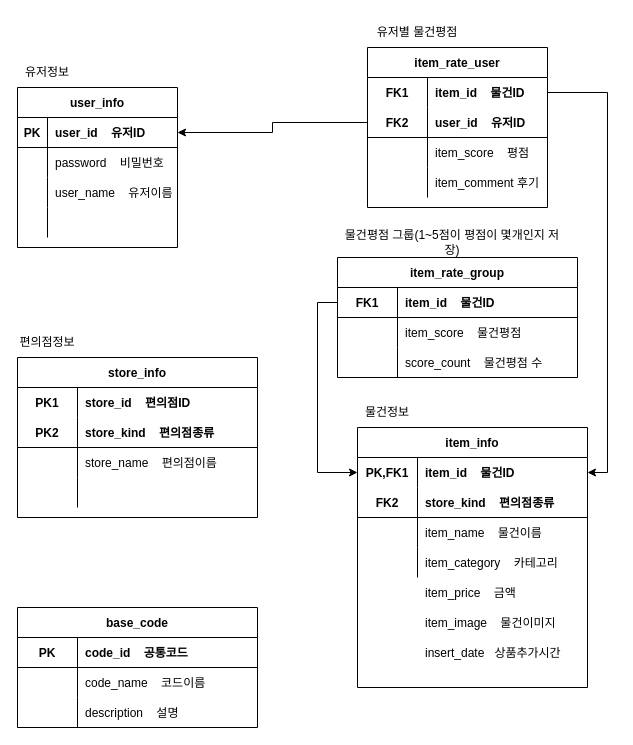
Before: project_document/diagram/guru.drawio in CVS-GURU/CVS-GURU-BACK, a draw.io diagram. Source tidied: cells renumbered, new cells numbered last; positions are measured from the earlier drawing's top-left corner, leaving out a move shared by most shapes. Both pictures are drawn from the tidied source at 100%, with x=0, y=0 at pixel (17, 17).
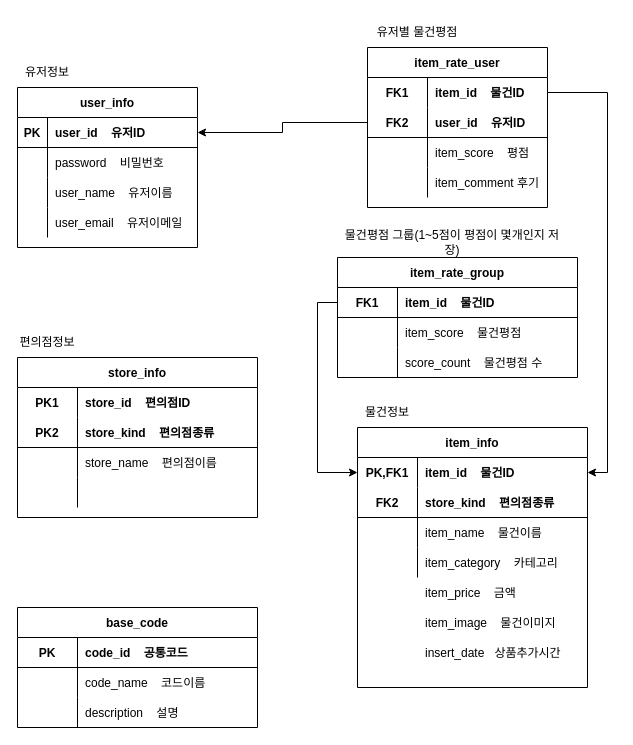
The same page after the edit.

Commit message (it also covers changes not shown here):
🔥 [FEAT] : 회원가입 및 로그인, 회원아이디 확인 API 추가 📝 [DOCS] : DB 스크립트 수정, draw.io 수정

Change to the diagram source:
```diff
@@
     <mxCell id="6" value="user_info" style="shape=table;startSize=30;childLayout=tableLayout;rowLines=0;fontStyle=1;align=center;" parent="1" vertex="1">
-      <mxGeometry y="70" width="160" height="160" as="geometry" />
+      <mxGeometry y="70" width="180" height="160" as="geometry" />
     </mxCell>
     <mxCell id="7" style="shape=partialRectangle;fillColor=none;top=0;left=0;bottom=1;right=0;points=[[0,0.5],[1,0.5]];portConstraint=eastwest;" parent="6" vertex="1">
-      <mxGeometry y="30" width="160" height="30" as="geometry" />
+      <mxGeometry y="30" width="180" height="30" as="geometry" />
     </mxCell>
@@
     <mxCell id="9" value="user_id    유저ID" style="shape=partialRectangle;fillColor=none;top=0;left=0;bottom=0;right=0;align=left;spacingLeft=6;fontStyle=1;overflow=hidden;" parent="7" vertex="1">
-      <mxGeometry x="30" width="130" height="30" as="geometry" />
+      <mxGeometry x="30" width="150" height="30" as="geometry" />
     </mxCell>
     <mxCell id="10" style="shape=partialRectangle;fillColor=none;top=0;left=0;bottom=0;right=0;" parent="6" vertex="1">
-      <mxGeometry y="60" width="160" height="30" as="geometry" />
+      <mxGeometry y="60" width="180" height="30" as="geometry" />
     </mxCell>
@@
     <mxCell id="12" value="password    비밀번호" style="shape=partialRectangle;fillColor=none;top=0;left=0;bottom=0;right=0;align=left;spacingLeft=6;overflow=hidden;" parent="10" vertex="1">
-      <mxGeometry x="30" width="130" height="30" as="geometry" />
+      <mxGeometry x="30" width="150" height="30" as="geometry" />
     </mxCell>
     <mxCell id="13" style="shape=partialRectangle;fillColor=none;top=0;left=0;bottom=0;right=0;" parent="6" vertex="1">
-      <mxGeometry y="90" width="160" height="30" as="geometry" />
+      <mxGeometry y="90" width="180" height="30" as="geometry" />
     </mxCell>
@@
     <mxCell id="15" value="user_name    유저이름" style="shape=partialRectangle;fillColor=none;top=0;left=0;bottom=0;right=0;align=left;spacingLeft=6;overflow=hidden;" parent="13" vertex="1">
-      <mxGeometry x="30" width="130" height="30" as="geometry" />
+      <mxGeometry x="30" width="150" height="30" as="geometry" />
     </mxCell>
     <mxCell id="16" style="shape=partialRectangle;fillColor=none;top=0;left=0;bottom=0;right=0;" parent="6" vertex="1">
-      <mxGeometry y="120" width="160" height="30" as="geometry" />
+      <mxGeometry y="120" width="180" height="30" as="geometry" />
     </mxCell>
@@
-    <mxCell id="18" style="shape=partialRectangle;fillColor=none;top=0;left=0;bottom=0;right=0;align=left;spacingLeft=6;overflow=hidden;" parent="16" vertex="1">
-      <mxGeometry x="30" width="130" height="30" as="geometry" />
+    <mxCell id="18" value="user_email    유저이메일" style="shape=partialRectangle;fillColor=none;top=0;left=0;bottom=0;right=0;align=left;spacingLeft=6;overflow=hidden;" parent="16" vertex="1">
+      <mxGeometry x="30" width="150" height="30" as="geometry" />
     </mxCell>
```
